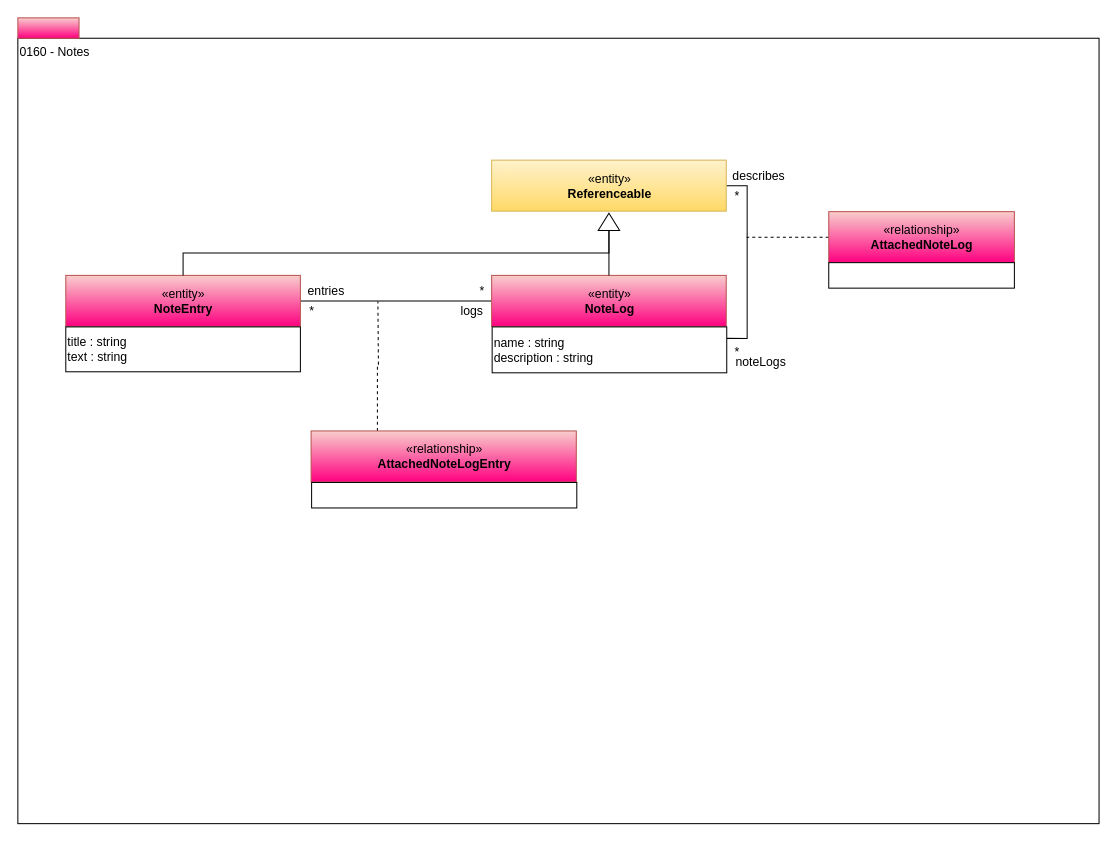
This is page "0160-Notes" (13 of 13) of open-metadata-publication/website/open-metadata-types/area-1-collaboration.drawio from planetf1/egeria, a draw.io file, before an edit. Source tidied: cells renumbered, new cells numbered last; positions are measured from the earlier drawing's top-left corner, leaving out a move shared by most shapes. Both pictures are drawn from the tidied source at 102%, with x=0, y=0 at pixel (17, 17).
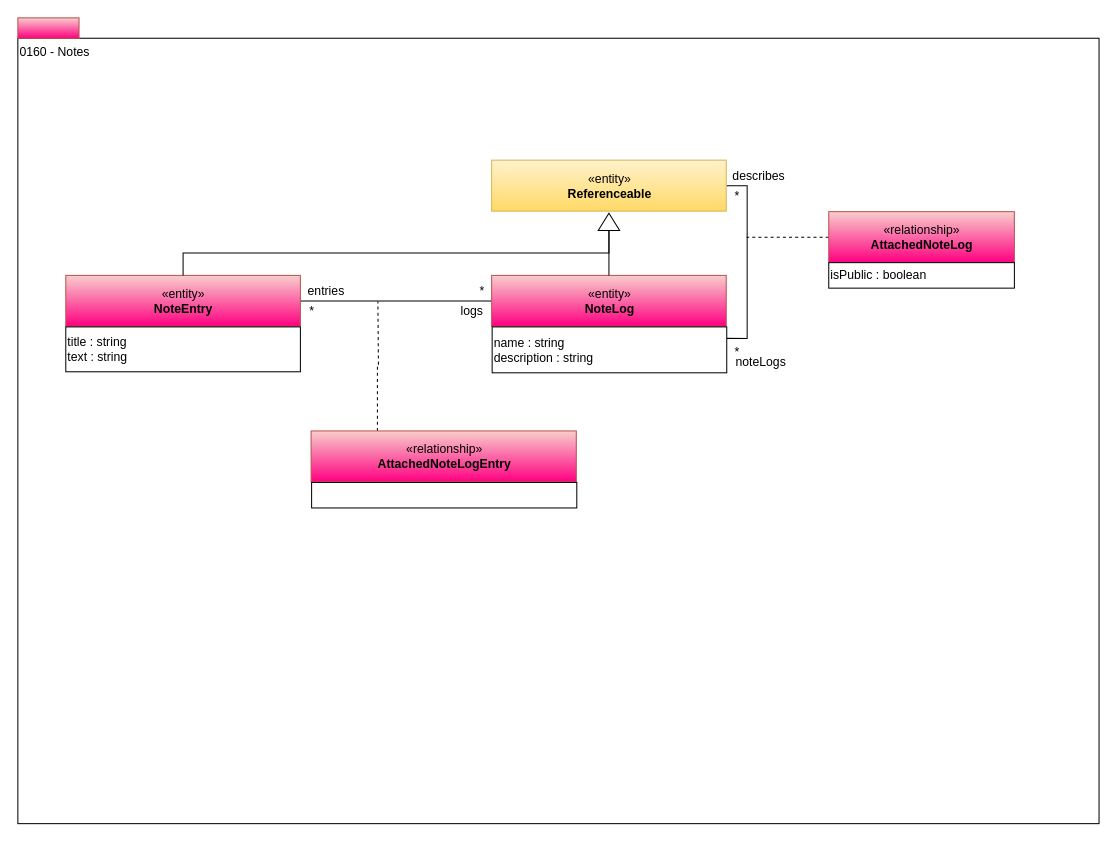
After the change.

The edit, as a diff of the source:
```diff
@@
-    <mxCell id="23" style="rounded=0;whiteSpace=wrap;html=1;strokeColor=#000000;gradientColor=#ffffff;align=left;" parent="1" vertex="1">
+    <mxCell id="23" value="isPublic : boolean" style="rounded=0;whiteSpace=wrap;html=1;strokeColor=#000000;gradientColor=#ffffff;align=left;" parent="1" vertex="1">
       <mxGeometry x="795" y="240" width="182" height="25" as="geometry" />
     </mxCell>
```
